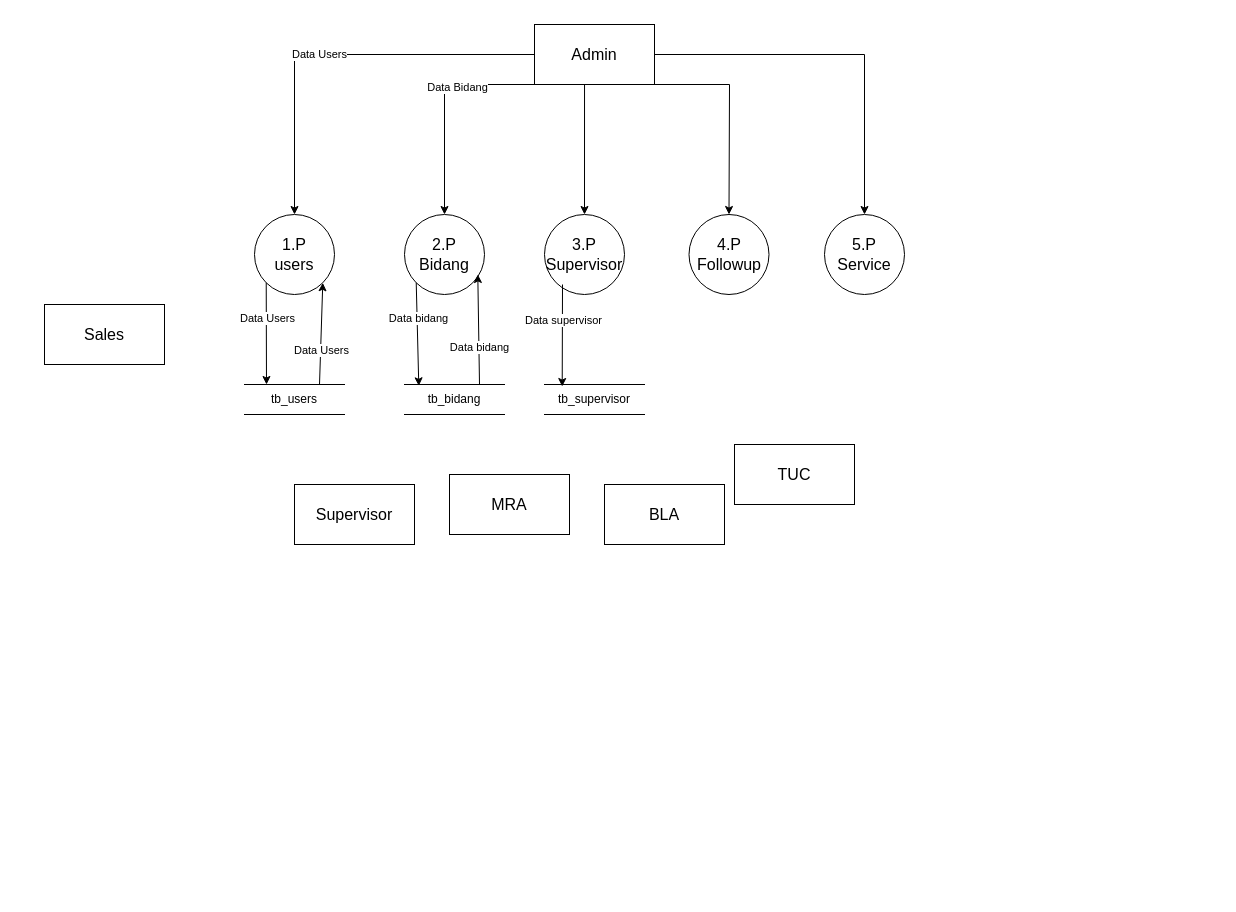
Above: page "Page-2" (2 of 3) of Untitled Diagram.drawio in AkhmadFiqri/belajar-git (draw.io), before the change. Source tidied: cells renumbered, new cells numbered last; positions are measured from the earlier drawing's top-left corner, leaving out a move shared by most shapes. Both pictures are drawn from the tidied source at 100%, with x=0, y=0 at pixel (44, 24).
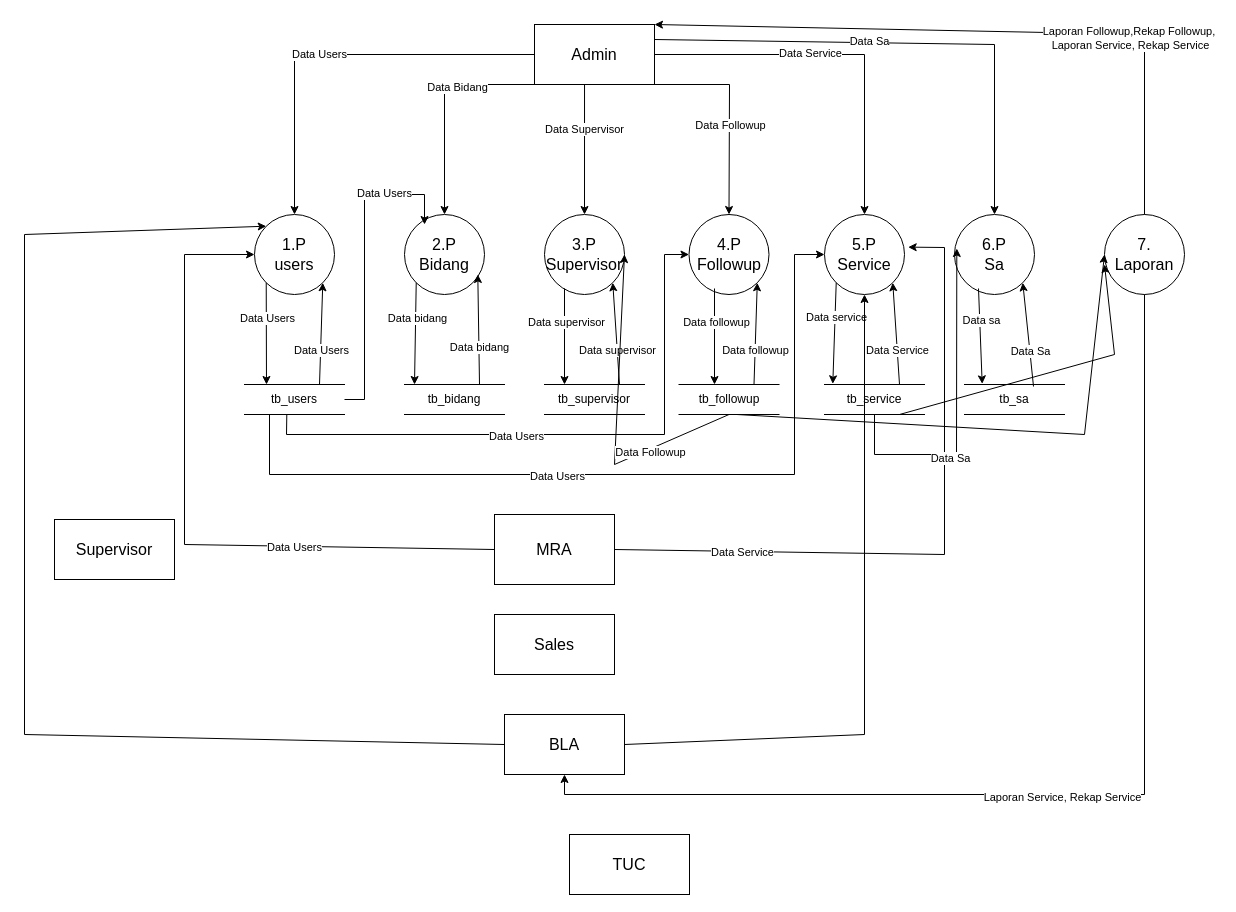
The same page after the edit.

The change refers to these unchanged cells:
```xml
<mxCell id="2" value="Admin" style="html=1;dashed=0;whiteSpace=wrap;fontSize=16;" parent="1" vertex="1">
  <mxGeometry x="490" width="120" height="60" as="geometry" />
</mxCell>
<mxCell id="6" value="1.P&lt;div style=&quot;font-size: 16px;&quot;&gt;users&lt;/div&gt;" style="shape=ellipse;html=1;dashed=0;whiteSpace=wrap;perimeter=ellipsePerimeter;fontSize=16;" parent="1" vertex="1">
  <mxGeometry x="210" y="190" width="80" height="80" as="geometry" />
</mxCell>
<mxCell id="9" value="2.P&lt;div style=&quot;font-size: 16px;&quot;&gt;Bidang&lt;/div&gt;" style="shape=ellipse;html=1;dashed=0;whiteSpace=wrap;perimeter=ellipsePerimeter;fontSize=16;" parent="1" vertex="1">
  <mxGeometry x="360" y="190" width="80" height="80" as="geometry" />
</mxCell>
<mxCell id="10" value="3.P&lt;div style=&quot;font-size: 16px;&quot;&gt;Supervisor&lt;/div&gt;" style="shape=ellipse;html=1;dashed=0;whiteSpace=wrap;perimeter=ellipsePerimeter;fontSize=16;" parent="1" vertex="1">
  <mxGeometry x="500" y="190" width="80" height="80" as="geometry" />
</mxCell>
<mxCell id="11" value="4.P&lt;div style=&quot;font-size: 16px;&quot;&gt;Followup&lt;/div&gt;" style="shape=ellipse;html=1;dashed=0;whiteSpace=wrap;perimeter=ellipsePerimeter;fontSize=16;" parent="1" vertex="1">
  <mxGeometry x="644.5" y="190" width="80" height="80" as="geometry" />
</mxCell>
<mxCell id="12" value="5.P&lt;div style=&quot;font-size: 16px;&quot;&gt;Service&lt;/div&gt;" style="shape=ellipse;html=1;dashed=0;whiteSpace=wrap;perimeter=ellipsePerimeter;fontSize=16;" parent="1" vertex="1">
  <mxGeometry x="780" y="190" width="80" height="80" as="geometry" />
</mxCell>
<mxCell id="17" style="endArrow=classic;html=1;rounded=0;exitX=0.417;exitY=1;exitDx=0;exitDy=0;exitPerimeter=0;entryX=0.5;entryY=0;entryDx=0;entryDy=0;" parent="1" edge="1" source="2" target="10">
  <mxGeometry relative="1" as="geometry" />
</mxCell>
<mxCell id="18" style="endArrow=classic;html=1;rounded=0;exitX=1;exitY=1;exitDx=0;exitDy=0;entryX=0.5;entryY=0;entryDx=0;entryDy=0;" parent="1" edge="1" source="2" target="11">
  <mxGeometry relative="1" as="geometry">
    <Array as="points">
      <mxPoint x="685" y="60" />
    </Array>
  </mxGeometry>
</mxCell>
<mxCell id="19" style="endArrow=classic;html=1;rounded=0;exitX=1;exitY=0.5;exitDx=0;exitDy=0;entryX=0.5;entryY=0;entryDx=0;entryDy=0;" parent="1" edge="1" source="2" target="12">
  <mxGeometry relative="1" as="geometry">
    <Array as="points">
      <mxPoint x="820" y="30" />
    </Array>
  </mxGeometry>
</mxCell>
<mxCell id="20" value="tb_users" style="html=1;dashed=0;whiteSpace=wrap;shape=partialRectangle;right=0;left=0;" parent="1" vertex="1">
  <mxGeometry x="200" y="360" width="100" height="30" as="geometry" />
</mxCell>
<mxCell id="25" value="tb_bidang" style="html=1;dashed=0;whiteSpace=wrap;shape=partialRectangle;right=0;left=0;" parent="1" vertex="1">
  <mxGeometry x="360" y="360" width="100" height="30" as="geometry" />
</mxCell>
<mxCell id="30" value="tb_supervisor" style="html=1;dashed=0;whiteSpace=wrap;shape=partialRectangle;right=0;left=0;" parent="1" vertex="1">
  <mxGeometry x="500" y="360" width="100" height="30" as="geometry" />
</mxCell>
```

Diff of the diagram source:
```diff
@@
     <mxCell id="3" value="Sales" style="html=1;dashed=0;whiteSpace=wrap;fontSize=16;" parent="1" vertex="1">
-      <mxGeometry y="280" width="120" height="60" as="geometry" />
+      <mxGeometry x="450" y="590" width="120" height="60" as="geometry" />
     </mxCell>
     <mxCell id="4" value="MRA" style="html=1;dashed=0;whiteSpace=wrap;fontSize=16;" parent="1" vertex="1">
-      <mxGeometry x="405" y="450" width="120" height="60" as="geometry" />
+      <mxGeometry x="450" y="490" width="120" height="70" as="geometry" />
     </mxCell>
     <mxCell id="5" value="Supervisor" style="html=1;dashed=0;whiteSpace=wrap;fontSize=16;" parent="1" vertex="1">
-      <mxGeometry x="250" y="460" width="120" height="60" as="geometry" />
+      <mxGeometry x="10" y="495" width="120" height="60" as="geometry" />
     </mxCell>
@@
     <mxCell id="7" value="TUC" style="html=1;dashed=0;whiteSpace=wrap;fontSize=16;" parent="1" vertex="1">
-      <mxGeometry x="690" y="420" width="120" height="60" as="geometry" />
+      <mxGeometry x="525" y="810" width="120" height="60" as="geometry" />
     </mxCell>
     <mxCell id="8" value="BLA" style="html=1;dashed=0;whiteSpace=wrap;fontSize=16;" parent="1" vertex="1">
-      <mxGeometry x="560" y="460" width="120" height="60" as="geometry" />
+      <mxGeometry x="460" y="690" width="120" height="60" as="geometry" />
     </mxCell>
@@
+    <mxCell id="33" value="Data Supervisor" style="edgeLabel;html=1;align=center;verticalAlign=middle;" parent="17" vertex="1">
+      <mxGeometry x="-0.31" y="-1" relative="1" as="geometry" />
+    </mxCell>
@@
+    <mxCell id="34" value="Data Followup" style="edgeLabel;html=1;align=center;verticalAlign=middle;" parent="18" vertex="1">
+      <mxGeometry x="0.12" y="1" relative="1" as="geometry" />
+    </mxCell>
@@
+    <mxCell id="35" value="Data Service" style="edgeLabel;html=1;align=center;verticalAlign=middle;" parent="19" vertex="1">
+      <mxGeometry x="-0.16" y="2" relative="1" as="geometry" />
+    </mxCell>
@@
-    <mxCell id="26" style="endArrow=classic;html=1;rounded=0;exitX=0;exitY=1;exitDx=0;exitDy=0;entryX=0.143;entryY=0.044;entryDx=0;entryDy=0;entryPerimeter=0;" parent="1" edge="1" source="9" target="25">
-      <mxGeometry relative="1" as="geometry" />
+    <mxCell id="26" style="endArrow=classic;html=1;rounded=0;exitX=0;exitY=1;exitDx=0;exitDy=0;" parent="1" edge="1" source="9">
+      <mxGeometry relative="1" as="geometry">
+        <mxPoint x="370" y="360" as="targetPoint" />
+      </mxGeometry>
     </mxCell>
@@
-    <mxCell id="31" style="endArrow=classic;html=1;rounded=0;entryX=0.177;entryY=0.067;entryDx=0;entryDy=0;entryPerimeter=0;" parent="1" edge="1" target="30">
+    <mxCell id="31" style="endArrow=classic;html=1;rounded=0;" parent="1" edge="1">
       <mxGeometry relative="1" as="geometry">
-        <mxPoint x="518" y="260" as="sourcePoint" />
+        <mxPoint x="520" y="264" as="sourcePoint" />
+        <mxPoint x="520" y="360" as="targetPoint" />
       </mxGeometry>
     </mxCell>
@@
+    <mxCell id="36" style="endArrow=classic;html=1;rounded=0;exitX=0.75;exitY=0;exitDx=0;exitDy=0;entryX=1;entryY=1;entryDx=0;entryDy=0;" parent="1" edge="1" source="30" target="10">
+      <mxGeometry relative="1" as="geometry" />
+    </mxCell>
+    <mxCell id="37" value="Data supervisor" style="edgeLabel;html=1;align=center;verticalAlign=middle;" parent="36" vertex="1">
+      <mxGeometry x="-0.31" relative="1" as="geometry" />
+    </mxCell>
+    <mxCell id="38" value="tb_followup" style="html=1;dashed=0;whiteSpace=wrap;shape=partialRectangle;right=0;left=0;" parent="1" vertex="1">
+      <mxGeometry x="634.5" y="360" width="100" height="30" as="geometry" />
+    </mxCell>
+    <mxCell id="39" style="endArrow=classic;html=1;rounded=0;" parent="1" edge="1">
+      <mxGeometry relative="1" as="geometry">
+        <mxPoint x="670" y="264" as="sourcePoint" />
+        <mxPoint x="670" y="360" as="targetPoint" />
+      </mxGeometry>
+    </mxCell>
+    <mxCell id="40" value="Data followup" style="edgeLabel;html=1;align=center;verticalAlign=middle;" parent="39" vertex="1">
+      <mxGeometry x="-0.32" y="1" relative="1" as="geometry" />
+    </mxCell>
+    <mxCell id="41" style="endArrow=classic;html=1;rounded=0;exitX=0.75;exitY=0;exitDx=0;exitDy=0;entryX=1;entryY=1;entryDx=0;entryDy=0;" parent="1" edge="1" source="38" target="11">
+      <mxGeometry relative="1" as="geometry" />
+    </mxCell>
+    <mxCell id="42" value="Data followup" style="edgeLabel;html=1;align=center;verticalAlign=middle;" parent="41" vertex="1">
+      <mxGeometry x="-0.31" relative="1" as="geometry" />
+    </mxCell>
+    <mxCell id="43" value="tb_service" style="html=1;dashed=0;whiteSpace=wrap;shape=partialRectangle;right=0;left=0;" parent="1" vertex="1">
+      <mxGeometry x="780" y="360" width="100" height="30" as="geometry" />
+    </mxCell>
+    <mxCell id="44" style="endArrow=classic;html=1;rounded=0;entryX=0.083;entryY=-0.022;entryDx=0;entryDy=0;exitX=0;exitY=1;exitDx=0;exitDy=0;entryPerimeter=0;" parent="1" edge="1" source="12" target="43">
+      <mxGeometry relative="1" as="geometry" />
+    </mxCell>
+    <mxCell id="45" value="Data service" style="edgeLabel;html=1;align=center;verticalAlign=middle;" parent="44" vertex="1">
+      <mxGeometry x="-0.32" y="1" relative="1" as="geometry" />
+    </mxCell>
+    <mxCell id="46" style="edgeStyle=orthogonalEdgeStyle;rounded=0;orthogonalLoop=1;jettySize=auto;html=1;exitX=0.5;exitY=1;exitDx=0;exitDy=0;" parent="1" edge="1" source="43" target="43">
+      <mxGeometry relative="1" as="geometry" />
+    </mxCell>
+    <mxCell id="47" style="endArrow=classic;html=1;rounded=0;exitX=0.75;exitY=0;exitDx=0;exitDy=0;entryX=1;entryY=1;entryDx=0;entryDy=0;" parent="1" edge="1" source="43" target="12">
+      <mxGeometry relative="1" as="geometry" />
+    </mxCell>
+    <mxCell id="48" value="Data Service" style="edgeLabel;html=1;align=center;verticalAlign=middle;" parent="47" vertex="1">
+      <mxGeometry x="-0.31" relative="1" as="geometry" />
+    </mxCell>
+    <mxCell id="49" style="endArrow=classic;html=1;rounded=0;exitX=1;exitY=0.5;exitDx=0;exitDy=0;" parent="1" edge="1" source="20">
+      <mxGeometry relative="1" as="geometry">
+        <mxPoint x="380" y="200" as="targetPoint" />
+        <Array as="points">
+          <mxPoint x="320" y="375" />
+          <mxPoint x="320" y="170" />
+          <mxPoint x="380" y="170" />
+        </Array>
+      </mxGeometry>
+    </mxCell>
+    <mxCell id="50" value="Data Users" style="edgeLabel;html=1;align=center;verticalAlign=middle;" parent="49" vertex="1">
+      <mxGeometry x="0.55" y="2" relative="1" as="geometry" />
+    </mxCell>
+    <mxCell id="51" style="endArrow=classic;html=1;rounded=0;exitX=0.423;exitY=1;exitDx=0;exitDy=0;exitPerimeter=0;entryX=0;entryY=0.5;entryDx=0;entryDy=0;" parent="1" edge="1" source="20" target="11">
+      <mxGeometry relative="1" as="geometry">
+        <Array as="points">
+          <mxPoint x="242" y="410" />
+          <mxPoint x="620" y="410" />
+          <mxPoint x="620" y="230" />
+        </Array>
+      </mxGeometry>
+    </mxCell>
+    <mxCell id="52" value="Data Users" style="edgeLabel;html=1;align=center;verticalAlign=middle;" parent="51" vertex="1">
+      <mxGeometry x="-0.17" y="-1" relative="1" as="geometry" />
+    </mxCell>
+    <mxCell id="53" style="endArrow=classic;html=1;rounded=0;exitX=0.25;exitY=1;exitDx=0;exitDy=0;entryX=0;entryY=0.5;entryDx=0;entryDy=0;" parent="1" edge="1" source="20" target="12">
+      <mxGeometry relative="1" as="geometry">
+        <Array as="points">
+          <mxPoint x="225" y="450" />
+          <mxPoint x="750" y="450" />
+          <mxPoint x="750" y="230" />
+        </Array>
+      </mxGeometry>
+    </mxCell>
+    <mxCell id="54" value="Data Users" style="edgeLabel;html=1;align=center;verticalAlign=middle;" parent="53" vertex="1">
+      <mxGeometry x="-0.17" y="-1" relative="1" as="geometry" />
+    </mxCell>
+    <mxCell id="55" value="6.P&lt;div style=&quot;font-size: 16px;&quot;&gt;Sa&lt;/div&gt;" style="shape=ellipse;html=1;dashed=0;whiteSpace=wrap;perimeter=ellipsePerimeter;fontSize=16;" parent="1" vertex="1">
+      <mxGeometry x="910" y="190" width="80" height="80" as="geometry" />
+    </mxCell>
+    <mxCell id="56" value="tb_sa" style="html=1;dashed=0;whiteSpace=wrap;shape=partialRectangle;right=0;left=0;" parent="1" vertex="1">
+      <mxGeometry x="920" y="360" width="100" height="30" as="geometry" />
+    </mxCell>
+    <mxCell id="57" style="endArrow=classic;html=1;rounded=0;exitX=1;exitY=0.25;exitDx=0;exitDy=0;" parent="1" edge="1" source="2" target="55">
+      <mxGeometry relative="1" as="geometry">
+        <Array as="points">
+          <mxPoint x="950" y="20" />
+        </Array>
+      </mxGeometry>
+    </mxCell>
+    <mxCell id="58" value="Data Sa" style="edgeLabel;html=1;align=center;verticalAlign=middle;" parent="57" vertex="1">
+      <mxGeometry x="-0.16" y="2" relative="1" as="geometry" />
+    </mxCell>
+    <mxCell id="59" style="endArrow=classic;html=1;rounded=0;entryX=0.177;entryY=-0.022;entryDx=0;entryDy=0;exitX=0;exitY=1;exitDx=0;exitDy=0;entryPerimeter=0;" parent="1" edge="1" target="56">
+      <mxGeometry relative="1" as="geometry">
+        <mxPoint x="934" y="264" as="sourcePoint" />
+      </mxGeometry>
+    </mxCell>
+    <mxCell id="60" value="Data sa" style="edgeLabel;html=1;align=center;verticalAlign=middle;" parent="59" vertex="1">
+      <mxGeometry x="-0.32" y="1" relative="1" as="geometry" />
+    </mxCell>
+    <mxCell id="61" style="endArrow=classic;html=1;rounded=0;entryX=1;entryY=1;entryDx=0;entryDy=0;exitX=0.69;exitY=0.067;exitDx=0;exitDy=0;exitPerimeter=0;" parent="1" edge="1" source="56" target="55">
+      <mxGeometry relative="1" as="geometry" />
+    </mxCell>
+    <mxCell id="62" value="Data Sa" style="edgeLabel;html=1;align=center;verticalAlign=middle;" parent="61" vertex="1">
+      <mxGeometry x="-0.31" relative="1" as="geometry" />
+    </mxCell>
+    <mxCell id="63" value="7.&lt;div style=&quot;font-size: 16px;&quot;&gt;Laporan&lt;/div&gt;" style="shape=ellipse;html=1;dashed=0;whiteSpace=wrap;perimeter=ellipsePerimeter;fontSize=16;" parent="1" vertex="1">
+      <mxGeometry x="1060" y="190" width="80" height="80" as="geometry" />
+    </mxCell>
+    <mxCell id="64" style="endArrow=classic;html=1;rounded=0;entryX=1;entryY=0;entryDx=0;entryDy=0;exitX=0.5;exitY=0;exitDx=0;exitDy=0;" parent="1" edge="1" source="63" target="2">
+      <mxGeometry relative="1" as="geometry">
+        <Array as="points">
+          <mxPoint x="1100" y="10" />
+        </Array>
+      </mxGeometry>
+    </mxCell>
+    <mxCell id="65" value="Laporan Followup,Rekap Followup,&amp;nbsp;&lt;div&gt;Laporan Service, Rekap Service&lt;/div&gt;" style="edgeLabel;html=1;align=center;verticalAlign=middle;" parent="64" vertex="1">
+      <mxGeometry x="-0.42" y="4" relative="1" as="geometry" />
+    </mxCell>
+    <mxCell id="66" style="endArrow=classic;html=1;rounded=0;exitX=0;exitY=0.5;exitDx=0;exitDy=0;" parent="1" edge="1" source="4">
+      <mxGeometry relative="1" as="geometry">
+        <mxPoint x="210" y="230" as="targetPoint" />
+        <Array as="points">
+          <mxPoint x="140" y="520" />
+          <mxPoint x="140" y="230" />
+        </Array>
+      </mxGeometry>
+    </mxCell>
+    <mxCell id="67" value="Data Users" style="edgeLabel;html=1;align=center;verticalAlign=middle;" parent="66" vertex="1">
+      <mxGeometry x="-0.4" y="1" relative="1" as="geometry" />
+    </mxCell>
+    <mxCell id="68" style="endArrow=classic;html=1;rounded=0;exitX=1;exitY=0.5;exitDx=0;exitDy=0;entryX=1.046;entryY=0.408;entryDx=0;entryDy=0;entryPerimeter=0;" parent="1" edge="1" source="4" target="12">
+      <mxGeometry relative="1" as="geometry">
+        <Array as="points">
+          <mxPoint x="900" y="530" />
+          <mxPoint x="900" y="223" />
+        </Array>
+      </mxGeometry>
+    </mxCell>
+    <mxCell id="69" value="Data Service" style="edgeLabel;html=1;align=center;verticalAlign=middle;" parent="68" vertex="1">
+      <mxGeometry x="-0.62" y="-1" relative="1" as="geometry" />
+    </mxCell>
+    <mxCell id="70" style="endArrow=classic;html=1;rounded=0;exitX=0;exitY=0.5;exitDx=0;exitDy=0;entryX=0;entryY=0;entryDx=0;entryDy=0;" parent="1" edge="1" source="8" target="6">
+      <mxGeometry relative="1" as="geometry">
+        <Array as="points">
+          <mxPoint x="-20" y="710" />
+          <mxPoint x="-20" y="210" />
+        </Array>
+      </mxGeometry>
+    </mxCell>
+    <mxCell id="71" style="endArrow=classic;html=1;rounded=0;exitX=1;exitY=0.5;exitDx=0;exitDy=0;entryX=0.5;entryY=1;entryDx=0;entryDy=0;" parent="1" edge="1" source="8" target="12">
+      <mxGeometry relative="1" as="geometry">
+        <Array as="points">
+          <mxPoint x="820" y="710" />
+        </Array>
+      </mxGeometry>
+    </mxCell>
+    <mxCell id="72" style="endArrow=classic;html=1;rounded=0;exitX=0.5;exitY=1;exitDx=0;exitDy=0;entryX=0.5;entryY=1;entryDx=0;entryDy=0;" parent="1" edge="1" source="63" target="8">
+      <mxGeometry relative="1" as="geometry">
+        <Array as="points">
+          <mxPoint x="1100" y="770" />
+          <mxPoint x="520" y="770" />
+        </Array>
+      </mxGeometry>
+    </mxCell>
+    <mxCell id="73" style="edgeLabel;html=1;align=center;verticalAlign=middle;" parent="72" vertex="1">
+      <mxGeometry x="0.02" y="-2" relative="1" as="geometry" />
+    </mxCell>
+    <mxCell id="74" style="edgeLabel;html=1;align=center;verticalAlign=middle;" parent="72" vertex="1">
+      <mxGeometry x="0.06" relative="1" as="geometry" />
+    </mxCell>
+    <mxCell id="75" value="&lt;div&gt;Laporan Service, Rekap Service&lt;/div&gt;" style="edgeLabel;html=1;align=center;verticalAlign=middle;" parent="72" vertex="1">
+      <mxGeometry x="0.06" y="2" relative="1" as="geometry" />
+    </mxCell>
+    <mxCell id="76" style="endArrow=classic;html=1;rounded=0;entryX=1;entryY=0.5;entryDx=0;entryDy=0;exitX=0.5;exitY=1;exitDx=0;exitDy=0;" parent="1" edge="1" source="38" target="10">
+      <mxGeometry relative="1" as="geometry">
+        <Array as="points">
+          <mxPoint x="570" y="440" />
+        </Array>
+      </mxGeometry>
+    </mxCell>
+    <mxCell id="77" value="Data Followup" style="edgeLabel;html=1;align=center;verticalAlign=middle;" parent="76" vertex="1">
+      <mxGeometry x="-0.48" y="3" relative="1" as="geometry" />
+    </mxCell>
+    <mxCell id="78" style="endArrow=classic;html=1;rounded=0;exitX=0.5;exitY=1;exitDx=0;exitDy=0;entryX=0.029;entryY=0.425;entryDx=0;entryDy=0;entryPerimeter=0;" parent="1" edge="1" source="43" target="55">
+      <mxGeometry relative="1" as="geometry">
+        <Array as="points">
+          <mxPoint x="830" y="430" />
+          <mxPoint x="912" y="430" />
+        </Array>
+      </mxGeometry>
+    </mxCell>
+    <mxCell id="79" value="Data Sa" style="edgeLabel;html=1;align=center;verticalAlign=middle;" parent="78" vertex="1">
+      <mxGeometry x="-0.3" y="-3" relative="1" as="geometry" />
+    </mxCell>
+    <mxCell id="80" style="endArrow=classic;html=1;rounded=0;exitX=0.578;exitY=1;exitDx=0;exitDy=0;entryX=0;entryY=0.5;entryDx=0;entryDy=0;exitPerimeter=0;" parent="1" edge="1" source="38" target="63">
+      <mxGeometry relative="1" as="geometry">
+        <Array as="points">
+          <mxPoint x="1040" y="410" />
+        </Array>
+      </mxGeometry>
+    </mxCell>
+    <mxCell id="81" style="endArrow=classic;html=1;rounded=0;exitX=0.75;exitY=1;exitDx=0;exitDy=0;" parent="1" edge="1" source="43">
+      <mxGeometry relative="1" as="geometry">
+        <mxPoint x="1060" y="240" as="targetPoint" />
+        <Array as="points">
+          <mxPoint x="1070" y="330" />
+        </Array>
+      </mxGeometry>
+    </mxCell>
```
